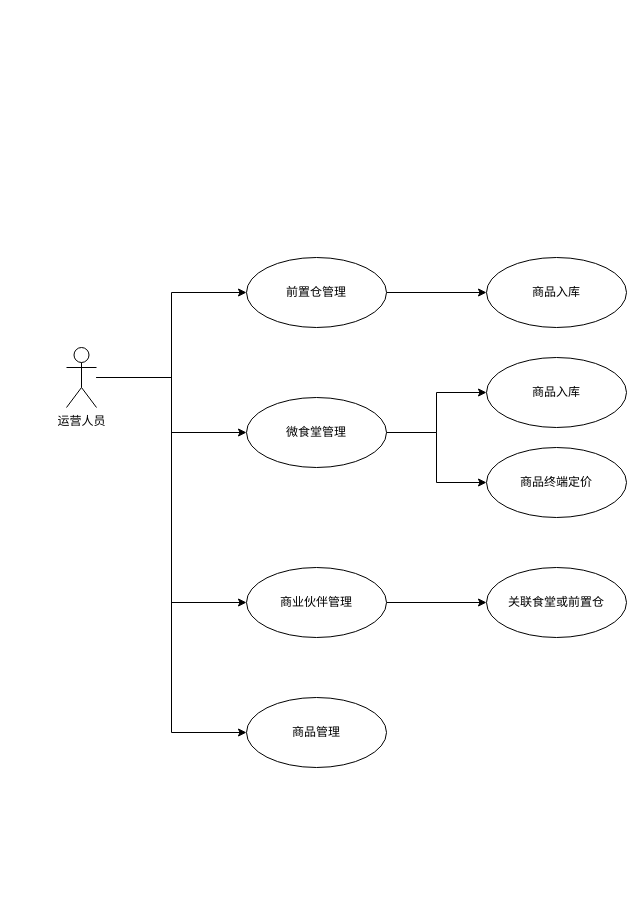
Before: 食物觉醒用例图.drawio in fgliu-andy/doc, a draw.io diagram. Source tidied: cells renumbered, new cells numbered last; positions are measured from the earlier drawing's top-left corner, leaving out a move shared by most shapes. Both pictures are drawn from the tidied source at 100%, with x=0, y=0 at pixel (66, 257).
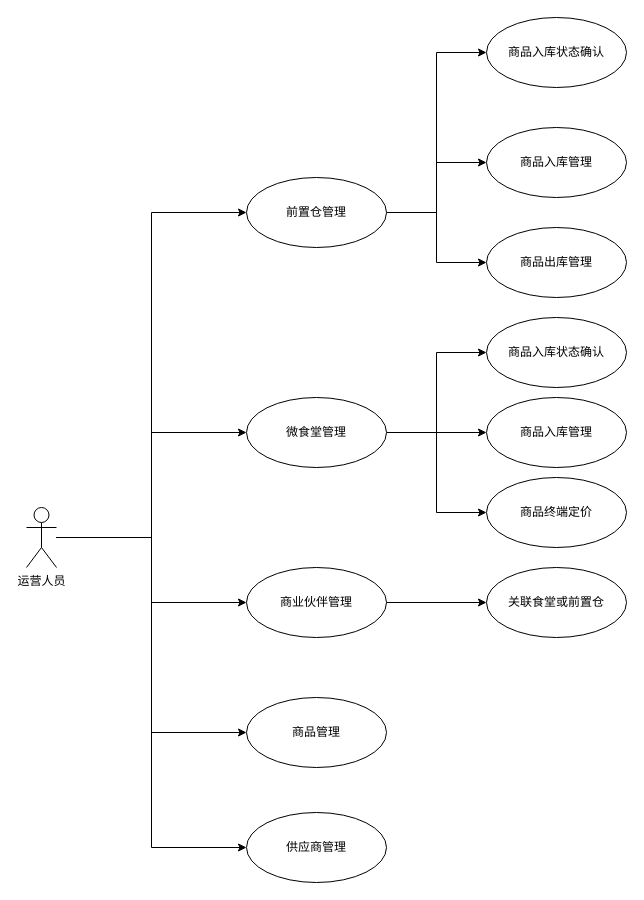
The same page after the edit.

Commit message:
更新食物觉醒用例图.drawio

The change refers to these unchanged cells:
```xml
<mxCell id="9" value="微食堂管理" style="ellipse;whiteSpace=wrap;html=1;" parent="1" vertex="1">
  <mxGeometry x="180" y="140" width="140" height="70" as="geometry" />
</mxCell>
```

What changed in the source:
```diff
@@
+    <mxCell id="19" style="edgeStyle=orthogonalEdgeStyle;rounded=0;jettySize=auto;html=1;entryX=0;entryY=0.5;entryDx=0;entryDy=0;" parent="1" edge="1" source="6" target="26">
+      <mxGeometry relative="1" as="geometry" />
+    </mxCell>
     <mxCell id="6" value="运营人员" style="shape=umlActor;verticalLabelPosition=bottom;verticalAlign=top;html=1;outlineConnect=0;" parent="1" vertex="1">
-      <mxGeometry y="90" width="30" height="60" as="geometry" />
+      <mxGeometry x="-40" y="250" width="30" height="60" as="geometry" />
     </mxCell>
@@
+    <mxCell id="20" style="edgeStyle=orthogonalEdgeStyle;rounded=0;jettySize=auto;html=1;entryX=0;entryY=0.5;entryDx=0;entryDy=0;" parent="1" edge="1" source="9" target="25">
+      <mxGeometry relative="1" as="geometry" />
+    </mxCell>
@@
+    <mxCell id="21" style="edgeStyle=orthogonalEdgeStyle;rounded=0;jettySize=auto;html=1;" parent="1" edge="1" source="11" target="23">
+      <mxGeometry relative="1" as="geometry" />
+    </mxCell>
+    <mxCell id="22" style="edgeStyle=orthogonalEdgeStyle;rounded=0;jettySize=auto;html=1;entryX=0;entryY=0.5;entryDx=0;entryDy=0;" parent="1" edge="1" source="11" target="24">
+      <mxGeometry relative="1" as="geometry" />
+    </mxCell>
     <mxCell id="11" value="前置仓管理" style="ellipse;whiteSpace=wrap;html=1;" parent="1" vertex="1">
-      <mxGeometry x="180" width="140" height="70" as="geometry" />
+      <mxGeometry x="180" y="-80" width="140" height="70" as="geometry" />
     </mxCell>
@@
-    <mxCell id="15" value="商品入库" style="ellipse;whiteSpace=wrap;html=1;" parent="1" vertex="1">
-      <mxGeometry x="420" width="140" height="70" as="geometry" />
+    <mxCell id="15" value="商品入库管理" style="ellipse;whiteSpace=wrap;html=1;" parent="1" vertex="1">
+      <mxGeometry x="420" y="-130" width="140" height="70" as="geometry" />
     </mxCell>
-    <mxCell id="16" value="商品入库" style="ellipse;whiteSpace=wrap;html=1;" parent="1" vertex="1">
-      <mxGeometry x="420" y="100" width="140" height="70" as="geometry" />
+    <mxCell id="16" value="商品入库管理" style="ellipse;whiteSpace=wrap;html=1;" parent="1" vertex="1">
+      <mxGeometry x="420" y="140" width="140" height="70" as="geometry" />
     </mxCell>
@@
     <mxCell id="18" value="商品终端定价" style="ellipse;whiteSpace=wrap;html=1;" parent="1" vertex="1">
-      <mxGeometry x="420" y="190" width="140" height="70" as="geometry" />
+      <mxGeometry x="420" y="220" width="140" height="70" as="geometry" />
     </mxCell>
+    <mxCell id="23" value="商品出库管理" style="ellipse;whiteSpace=wrap;html=1;" parent="1" vertex="1">
+      <mxGeometry x="420" y="-30" width="140" height="70" as="geometry" />
+    </mxCell>
+    <mxCell id="24" value="商品入库状态确认" style="ellipse;whiteSpace=wrap;html=1;" parent="1" vertex="1">
+      <mxGeometry x="420" y="-240" width="140" height="70" as="geometry" />
+    </mxCell>
+    <mxCell id="25" value="商品入库状态确认" style="ellipse;whiteSpace=wrap;html=1;" parent="1" vertex="1">
+      <mxGeometry x="420" y="60" width="140" height="70" as="geometry" />
+    </mxCell>
+    <mxCell id="26" value="供应商管理" style="ellipse;whiteSpace=wrap;html=1;" parent="1" vertex="1">
+      <mxGeometry x="180" y="555" width="140" height="70" as="geometry" />
+    </mxCell>
```
